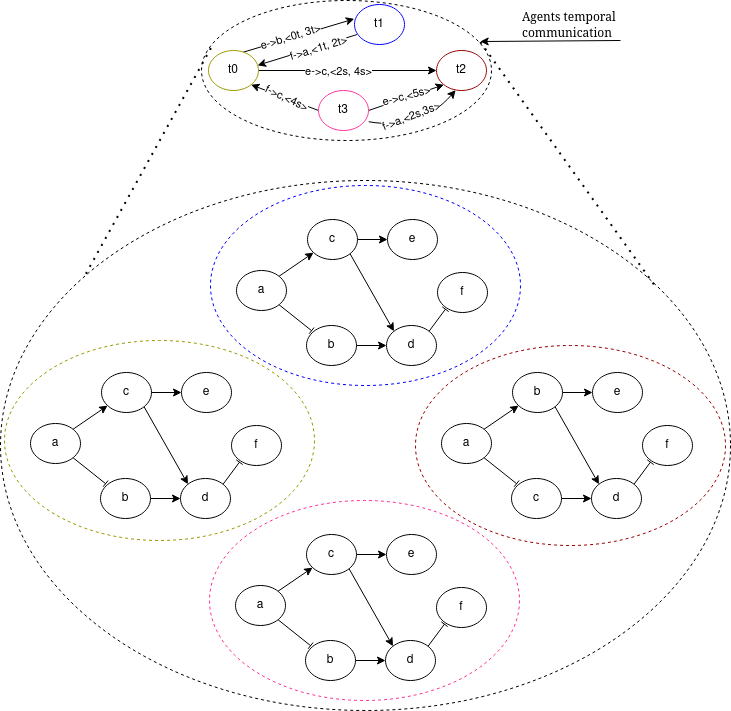
Above: docs/images/MAStemporal.drawio.png in josura/c2c-sepia (draw.io), before the change. Source tidied: cells renumbered, new cells last; positions are measured from the earlier drawing's top-left corner, leaving out a move shared by most shapes.
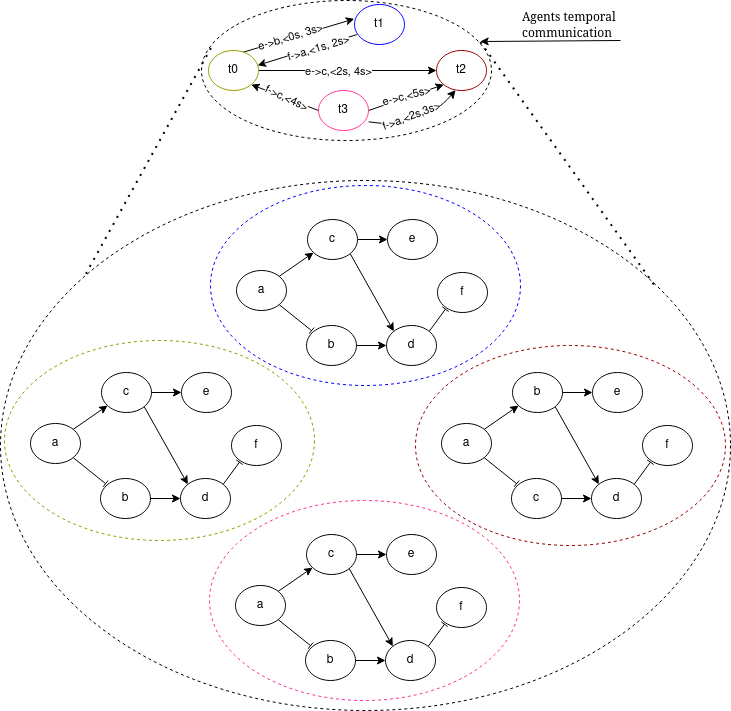
After the commit.

The edit, as a diff of the source:
```diff
@@ -50,7 +50,7 @@
     <mxCell id="17" style="edgeStyle=none;rounded=0;jettySize=auto;html=1;exitX=0.692;exitY=0.044;exitDx=0;exitDy=0;entryX=-0.004;entryY=0.359;entryDx=0;entryDy=0;exitPerimeter=0;entryPerimeter=0;" parent="1" edge="1" source="21" target="51">
       <mxGeometry relative="1" as="geometry" />
     </mxCell>
-    <mxCell id="18" value="e-&amp;gt;b,&amp;lt;0t, 3t&amp;gt;" style="edgeLabel;html=1;align=center;verticalAlign=middle;rotation=-17;" parent="17" vertex="1">
+    <mxCell id="18" value="e-&amp;gt;b,&amp;lt;0s, 3s&amp;gt;" style="edgeLabel;html=1;align=center;verticalAlign=middle;rotation=-17;" parent="17" vertex="1">
       <mxGeometry x="-0.35" y="1" relative="1" as="geometry">
         <mxPoint x="11" y="-3" as="offset" />
       </mxGeometry>
@@ -148,7 +148,7 @@
     <mxCell id="49" style="edgeStyle=none;rounded=0;jettySize=auto;html=1;exitX=0.048;exitY=0.752;exitDx=0;exitDy=0;entryX=0.981;entryY=0.371;entryDx=0;entryDy=0;entryPerimeter=0;exitPerimeter=0;" parent="1" edge="1" source="51" target="21">
       <mxGeometry relative="1" as="geometry" />
     </mxCell>
-    <mxCell id="50" value="f-&amp;gt;a,&amp;lt;1t, 2t&amp;gt;" style="edgeLabel;html=1;align=center;verticalAlign=middle;rotation=-17;" parent="49" vertex="1">
+    <mxCell id="50" value="f-&amp;gt;a,&amp;lt;1s, 2s&amp;gt;" style="edgeLabel;html=1;align=center;verticalAlign=middle;rotation=-17;" parent="49" vertex="1">
       <mxGeometry x="-0.49" relative="1" as="geometry">
         <mxPoint x="-13" y="6" as="offset" />
       </mxGeometry>
```
